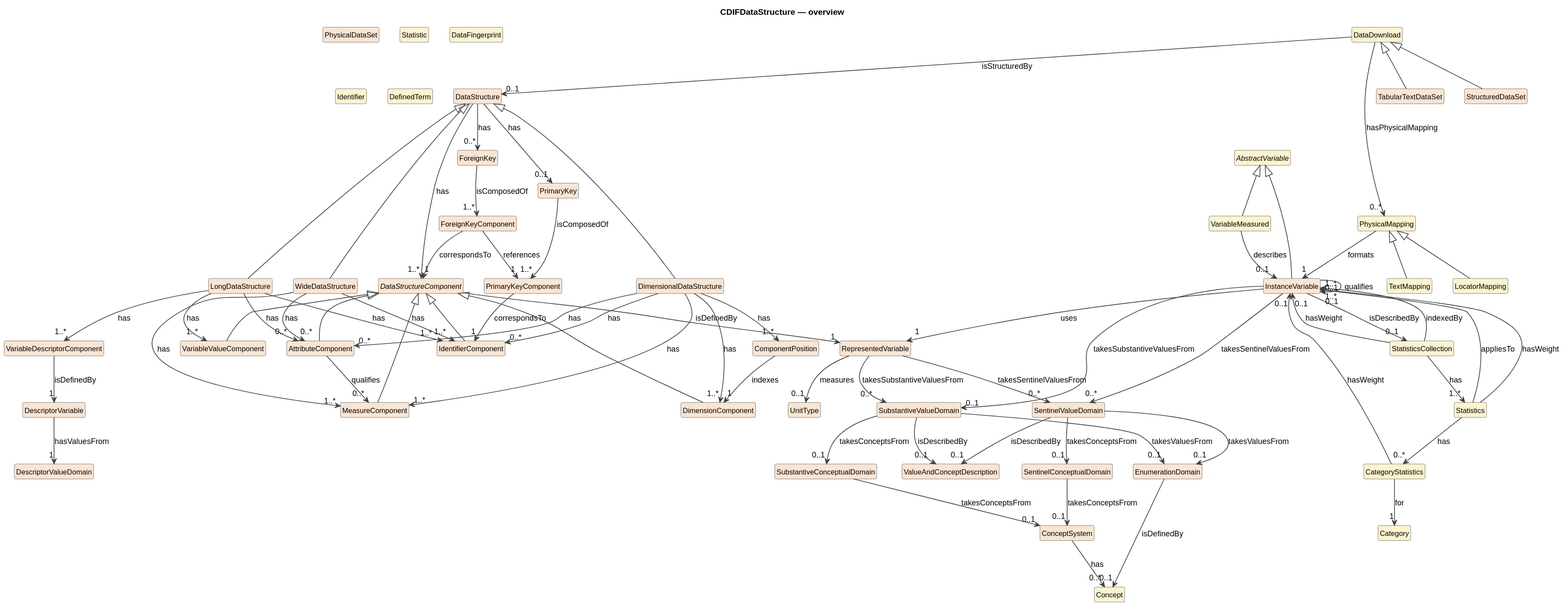
Above: cdif-uml-model/CDIFDataStructure/index.local.svg in Cross-Domain-Interoperability-Framework/metadataBuildingBlocks (PlantUML), before the change.
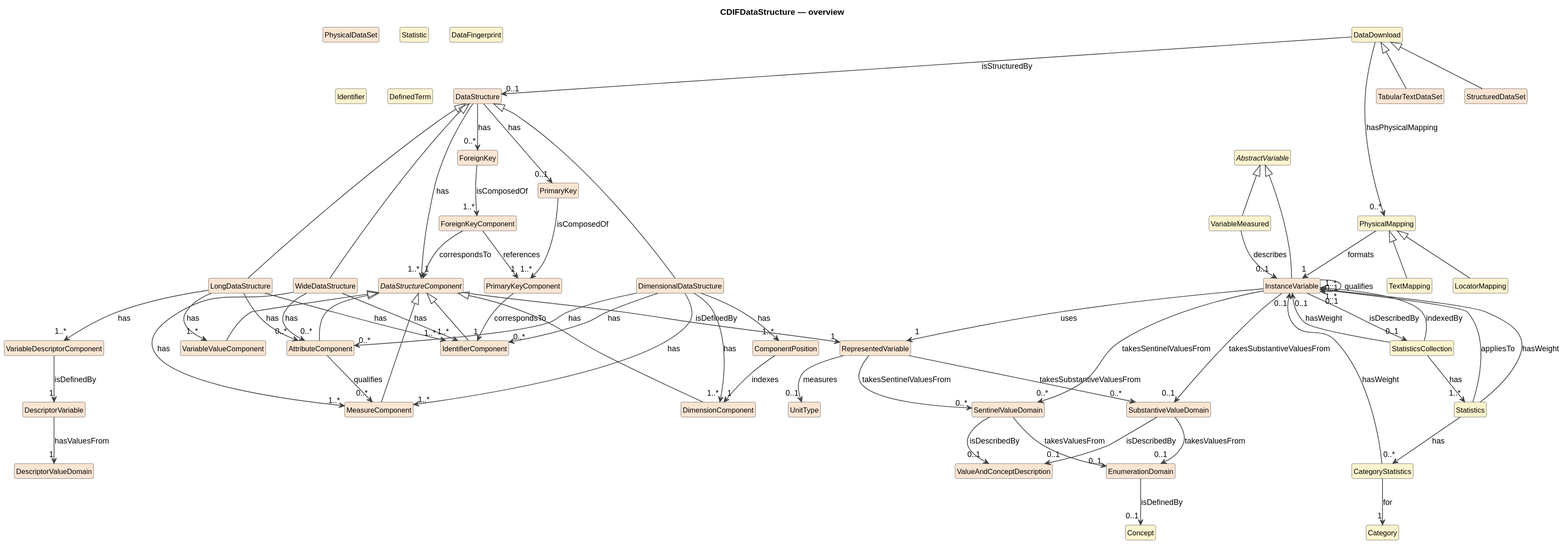
Later version of the same file.

What changed in the source:
```diff
@@ -33,9 +33,6 @@
 class "EnumerationDomain" as EnumerationDomain #FAE5D3
 class "ForeignKey" as ForeignKey #FAE5D3
 class "ForeignKeyComponent" as ForeignKeyComponent #FAE5D3
-class "ConceptSystem" as ConceptSystem #FAE5D3
-class "SubstantiveConceptualDomain" as SubstantiveConceptualDomain #FAE5D3
-class "SentinelConceptualDomain" as SentinelConceptualDomain #FAE5D3
 class "ValueAndConceptDescription" as ValueAndConceptDescription #FAE5D3
 class "UnitType" as UnitType #FAE5D3
 class "PhysicalDataSet" as PhysicalDataSet #FAE5D3
@@ -100,19 +97,14 @@
 InstanceVariable --> "0..1" InstanceVariable : qualifies
 InstanceVariable --> "0..1" SubstantiveValueDomain : takesSubstantiveValuesFrom
 InstanceVariable --> "0..*" SentinelValueDomain : takesSentinelValuesFrom
-SubstantiveValueDomain --> "0..1" SubstantiveConceptualDomain : takesConceptsFrom
 SubstantiveValueDomain --> "0..1" ValueAndConceptDescription : isDescribedBy
 SubstantiveValueDomain --> "0..1" EnumerationDomain : takesValuesFrom
-SentinelValueDomain --> "0..1" SentinelConceptualDomain : takesConceptsFrom
 SentinelValueDomain --> "0..1" ValueAndConceptDescription : isDescribedBy
 SentinelValueDomain --> "0..1" EnumerationDomain : takesValuesFrom
 EnumerationDomain --> "0..1" Concept : isDefinedBy
 ForeignKey --> "1..*" ForeignKeyComponent : isComposedOf
 ForeignKeyComponent --> "1" DataStructureComponent : correspondsTo
 ForeignKeyComponent --> "1" PrimaryKeyComponent : references
-ConceptSystem --> "0..*" Concept : has
-SubstantiveConceptualDomain --> "0..1" ConceptSystem : takesConceptsFrom
-SentinelConceptualDomain --> "0..1" ConceptSystem : takesConceptsFrom
 VariableMeasured --> "0..1" InstanceVariable : describes
 DataDownload --> "0..1" DataStructure : isStructuredBy
 DataDownload --> "0..*" PhysicalMapping : hasPhysicalMapping
```
